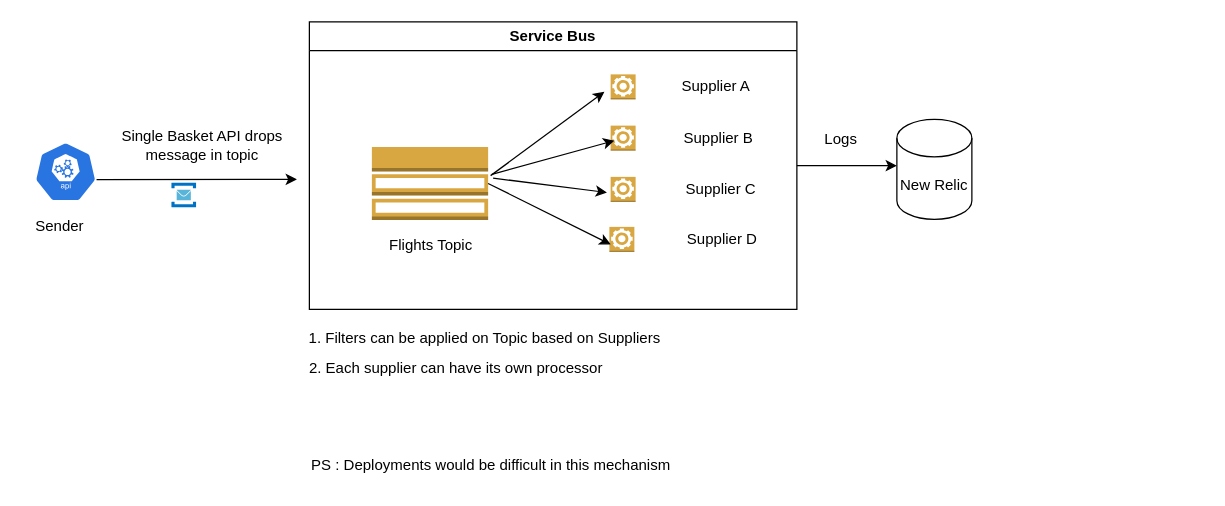
Before: page "Flights" (2 of 3) of BookingProcess_Hotels.drawio in rahulpandey1589/solution-diagrams, a draw.io diagram. Source tidied: cells renumbered, new cells numbered last; positions are measured from the earlier drawing's top-left corner, leaving out a move shared by most shapes. Both pictures are drawn from the tidied source at 125%, with x=0, y=0 at pixel (21, 21).
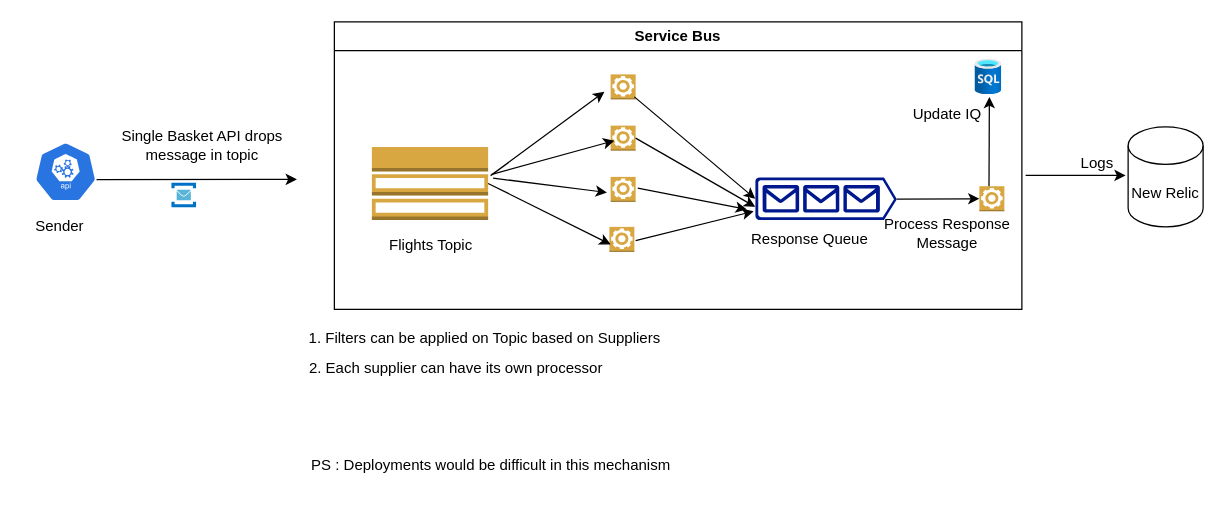
Above is the later version.

Unchanged cells that the change refers to:
```xml
<mxCell id="9" style="outlineConnect=0;dashed=0;verticalLabelPosition=bottom;verticalAlign=top;align=center;html=1;shape=mxgraph.aws3.worker;fillColor=#D9A741;gradientColor=none;" parent="1" vertex="1">
  <mxGeometry x="471" y="83" width="20" height="20" as="geometry" />
</mxCell>
```

What changed in the source:
```diff
@@
-    <mxCell id="17" value="Supplier A" style="text;html=1;align=center;verticalAlign=middle;strokeColor=none;fillColor=none;" parent="1" vertex="1">
-      <mxGeometry x="515" y="37" width="80" height="30" as="geometry" />
-    </mxCell>
-    <mxCell id="18" value="Supplier B" style="text;html=1;align=center;verticalAlign=middle;strokeColor=none;fillColor=none;" parent="1" vertex="1">
-      <mxGeometry x="517" y="78" width="80" height="30" as="geometry" />
-    </mxCell>
-    <mxCell id="19" value="Supplier C" style="text;html=1;align=center;verticalAlign=middle;strokeColor=none;fillColor=none;" parent="1" vertex="1">
-      <mxGeometry x="519" y="119" width="80" height="30" as="geometry" />
-    </mxCell>
-    <mxCell id="20" value="Supplier D" style="text;html=1;align=center;verticalAlign=middle;strokeColor=none;fillColor=none;" parent="1" vertex="1">
-      <mxGeometry x="520" y="158.5" width="80" height="30" as="geometry" />
-    </mxCell>
@@
     <mxCell id="24" value="Service Bus" style="swimlane;whiteSpace=wrap;html=1;" parent="1" vertex="1">
-      <mxGeometry x="230" width="390" height="230" as="geometry" />
+      <mxGeometry x="250" width="550" height="230" as="geometry" />
     </mxCell>
+    <mxCell id="28" value="Response Queue" style="text;html=1;align=center;verticalAlign=middle;strokeColor=none;fillColor=none;" parent="24" vertex="1">
+      <mxGeometry x="320" y="158.5" width="120" height="30" as="geometry" />
+    </mxCell>
+    <mxCell id="29" style="sketch=0;shadow=0;dashed=0;html=1;strokeColor=none;labelPosition=center;verticalLabelPosition=bottom;verticalAlign=top;align=center;fillColor=#00188D;shape=mxgraph.azure.queue_generic;" parent="24" vertex="1">
+      <mxGeometry x="336.7" y="124.5" width="113.3" height="34" as="geometry" />
+    </mxCell>
+    <mxCell id="30" style="endArrow=classic;html=1;rounded=0;entryX=0;entryY=0.5;entryDx=0;entryDy=0;entryPerimeter=0;" parent="24" edge="1" target="29">
+      <mxGeometry relative="1" as="geometry">
+        <mxPoint x="240" y="60" as="sourcePoint" />
+      </mxGeometry>
+    </mxCell>
+    <mxCell id="31" style="endArrow=classic;html=1;rounded=0;entryX=0.005;entryY=0.03;entryDx=0;entryDy=0;entryPerimeter=0;exitX=1;exitY=0.5;exitDx=0;exitDy=0;exitPerimeter=0;" parent="24" edge="1" source="9">
+      <mxGeometry relative="1" as="geometry">
+        <mxPoint x="336.7" y="148" as="targetPoint" />
+      </mxGeometry>
+    </mxCell>
+    <mxCell id="32" style="endArrow=classic;html=1;rounded=0;entryX=-0.012;entryY=0.796;entryDx=0;entryDy=0;entryPerimeter=0;exitX=1;exitY=0.5;exitDx=0;exitDy=0;exitPerimeter=0;" parent="24" edge="1" target="29">
+      <mxGeometry relative="1" as="geometry">
+        <mxPoint x="241" y="175" as="sourcePoint" />
+      </mxGeometry>
+    </mxCell>
+    <mxCell id="33" style="endArrow=classic;html=1;rounded=0;exitX=1;exitY=0.5;exitDx=0;exitDy=0;exitPerimeter=0;" parent="24" edge="1">
+      <mxGeometry relative="1" as="geometry">
+        <mxPoint x="242.7" y="133" as="sourcePoint" />
+        <mxPoint x="330" y="150" as="targetPoint" />
+      </mxGeometry>
+    </mxCell>
+    <mxCell id="34" style="outlineConnect=0;dashed=0;verticalLabelPosition=bottom;verticalAlign=top;align=center;html=1;shape=mxgraph.aws3.worker;fillColor=#D9A741;gradientColor=none;" parent="24" vertex="1">
+      <mxGeometry x="516" y="131.5" width="20" height="20" as="geometry" />
+    </mxCell>
+    <mxCell id="35" style="endArrow=classic;html=1;rounded=0;exitX=1;exitY=0.51;exitDx=0;exitDy=0;exitPerimeter=0;entryX=0;entryY=0.5;entryDx=0;entryDy=0;entryPerimeter=0;" parent="24" edge="1" source="29" target="34">
+      <mxGeometry relative="1" as="geometry" />
+    </mxCell>
+    <mxCell id="36" style="endArrow=classic;html=1;rounded=0;exitX=1;exitY=0.51;exitDx=0;exitDy=0;exitPerimeter=0;" parent="24" edge="1">
+      <mxGeometry relative="1" as="geometry">
+        <mxPoint x="523.7" y="131.5" as="sourcePoint" />
+        <mxPoint x="524" y="60" as="targetPoint" />
+      </mxGeometry>
+    </mxCell>
+    <mxCell id="37" style="image;html=1;align=center;fontSize=12;image=img/lib/azure2/preview/Time_Series_Data_Sets.svg;" parent="24" vertex="1">
+      <mxGeometry x="512.6" y="30" width="21.4" height="28.5" as="geometry" />
+    </mxCell>
+    <mxCell id="38" value="Update IQ" style="text;html=1;align=center;verticalAlign=middle;strokeColor=none;fillColor=none;" parent="24" vertex="1">
+      <mxGeometry x="450" y="58.5" width="80" height="30" as="geometry" />
+    </mxCell>
+    <mxCell id="39" value="Process Response &lt;br&gt;Message" style="text;html=1;align=center;verticalAlign=middle;strokeColor=none;fillColor=none;" parent="24" vertex="1">
+      <mxGeometry x="430" y="148.5" width="120" height="40" as="geometry" />
+    </mxCell>
-    <mxCell id="25" style="endArrow=classic;html=1;rounded=0;exitX=1;exitY=0.5;exitDx=0;exitDy=0;" parent="1" edge="1" source="24">
+    <mxCell id="25" style="endArrow=classic;html=1;rounded=0;exitX=1;exitY=0.5;exitDx=0;exitDy=0;" parent="1" edge="1">
       <mxGeometry relative="1" as="geometry">
-        <mxPoint x="700" y="115" as="targetPoint" />
+        <mxPoint x="803" y="122.8" as="sourcePoint" />
+        <mxPoint x="883" y="122.8" as="targetPoint" />
       </mxGeometry>
     </mxCell>
     <mxCell id="26" value="New Relic" style="shape=cylinder3;whiteSpace=wrap;html=1;boundedLbl=1;backgroundOutline=1;size=15;" parent="1" vertex="1">
-      <mxGeometry x="700" y="78" width="60" height="80" as="geometry" />
+      <mxGeometry x="885" y="84" width="60" height="80" as="geometry" />
     </mxCell>
     <mxCell id="27" value="Logs" style="text;html=1;align=center;verticalAlign=middle;strokeColor=none;fillColor=none;" parent="1" vertex="1">
-      <mxGeometry x="630" y="79" width="50" height="30" as="geometry" />
+      <mxGeometry x="835" y="98" width="50" height="30" as="geometry" />
     </mxCell>
```
